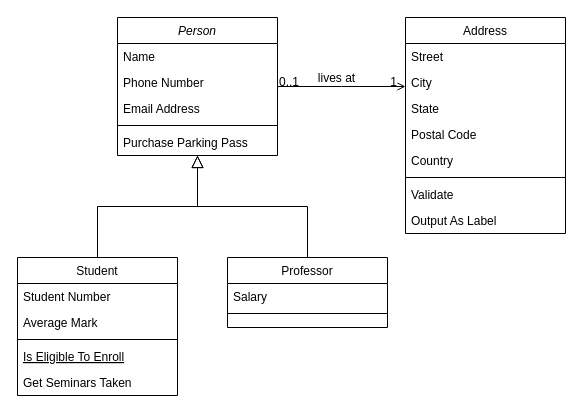
Augustuuuuu/Analise_Projeto_Sistema keeps this draw.io diagram as atividade.drawio. Above is the earlier version. Source tidied: cells renumbered, new cells numbered last; positions are measured from the earlier drawing's top-left corner, leaving out a move shared by most shapes. Both pictures are drawn from the tidied source at 100%, with x=0, y=0 at pixel (17, 17).
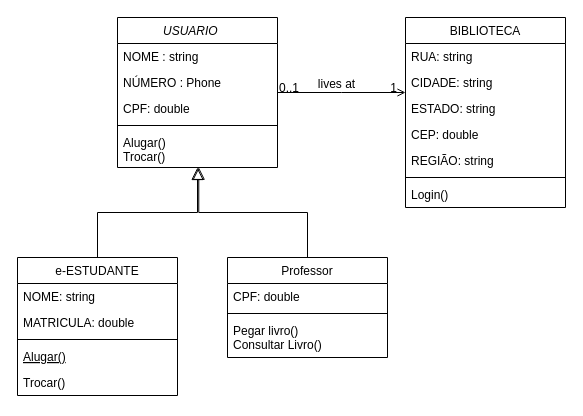
The same page after the edit.

Change to the diagram source:
```diff
@@
-    <mxCell id="2" value="Person" style="swimlane;fontStyle=2;align=center;verticalAlign=top;horizontal=1;startSize=26;rounded=0;shadow=0;strokeWidth=1;" parent="1" vertex="1">
-      <mxGeometry x="100" width="160" height="138" as="geometry" />
+    <mxCell id="2" value="USUARIO    " style="swimlane;fontStyle=2;align=center;verticalAlign=top;horizontal=1;startSize=26;rounded=0;shadow=0;strokeWidth=1;" parent="1" vertex="1">
+      <mxGeometry x="100" width="160" height="150" as="geometry" />
     </mxCell>
-    <mxCell id="3" value="Name" style="text;align=left;verticalAlign=top;spacingLeft=4;spacingRight=4;overflow=hidden;" parent="2" vertex="1">
+    <mxCell id="3" value="NOME : string   " style="text;align=left;verticalAlign=top;spacingLeft=4;spacingRight=4;overflow=hidden;" parent="2" vertex="1">
       <mxGeometry y="26" width="160" height="26" as="geometry" />
     </mxCell>
-    <mxCell id="4" value="Phone Number" style="text;align=left;verticalAlign=top;spacingLeft=4;spacingRight=4;overflow=hidden;rounded=0;shadow=0;html=0;" parent="2" vertex="1">
+    <mxCell id="4" value="NÚMERO : Phone" style="text;align=left;verticalAlign=top;spacingLeft=4;spacingRight=4;overflow=hidden;rounded=0;shadow=0;html=0;" parent="2" vertex="1">
       <mxGeometry y="52" width="160" height="26" as="geometry" />
     </mxCell>
-    <mxCell id="5" value="Email Address" style="text;align=left;verticalAlign=top;spacingLeft=4;spacingRight=4;overflow=hidden;rounded=0;shadow=0;html=0;" parent="2" vertex="1">
+    <mxCell id="5" value="CPF: double" style="text;align=left;verticalAlign=top;spacingLeft=4;spacingRight=4;overflow=hidden;rounded=0;shadow=0;html=0;" parent="2" vertex="1">
       <mxGeometry y="78" width="160" height="26" as="geometry" />
     </mxCell>
@@
-    <mxCell id="7" value="Purchase Parking Pass" style="text;align=left;verticalAlign=top;spacingLeft=4;spacingRight=4;overflow=hidden;points=[[0,0.5],[1,0.5]];portConstraint=eastwest;" parent="2" vertex="1">
-      <mxGeometry y="112" width="160" height="26" as="geometry" />
+    <mxCell id="7" value="Alugar()&#10;Trocar()" style="text;align=left;verticalAlign=top;spacingLeft=4;spacingRight=4;overflow=hidden;points=[[0,0.5],[1,0.5]];portConstraint=eastwest;" parent="2" vertex="1">
+      <mxGeometry y="112" width="160" height="38" as="geometry" />
     </mxCell>
-    <mxCell id="8" value="Student" style="swimlane;fontStyle=0;align=center;verticalAlign=top;horizontal=1;startSize=26;rounded=0;shadow=0;strokeWidth=1;" parent="1" vertex="1">
+    <mxCell id="8" value="e-ESTUDANTE" style="swimlane;fontStyle=0;align=center;verticalAlign=top;horizontal=1;startSize=26;rounded=0;shadow=0;strokeWidth=1;" parent="1" vertex="1">
       <mxGeometry y="240" width="160" height="138" as="geometry" />
     </mxCell>
-    <mxCell id="9" value="Student Number" style="text;align=left;verticalAlign=top;spacingLeft=4;spacingRight=4;overflow=hidden;" parent="8" vertex="1">
+    <mxCell id="9" value="NOME: string" style="text;align=left;verticalAlign=top;spacingLeft=4;spacingRight=4;overflow=hidden;" parent="8" vertex="1">
       <mxGeometry y="26" width="160" height="26" as="geometry" />
     </mxCell>
-    <mxCell id="10" value="Average Mark" style="text;align=left;verticalAlign=top;spacingLeft=4;spacingRight=4;overflow=hidden;rounded=0;shadow=0;html=0;" parent="8" vertex="1">
+    <mxCell id="10" value="MATRICULA: double" style="text;align=left;verticalAlign=top;spacingLeft=4;spacingRight=4;overflow=hidden;rounded=0;shadow=0;html=0;" parent="8" vertex="1">
       <mxGeometry y="52" width="160" height="26" as="geometry" />
     </mxCell>
@@
-    <mxCell id="12" value="Is Eligible To Enroll" style="text;align=left;verticalAlign=top;spacingLeft=4;spacingRight=4;overflow=hidden;fontStyle=4;" parent="8" vertex="1">
+    <mxCell id="12" value="Alugar()" style="text;align=left;verticalAlign=top;spacingLeft=4;spacingRight=4;overflow=hidden;fontStyle=4;" parent="8" vertex="1">
       <mxGeometry y="86" width="160" height="26" as="geometry" />
     </mxCell>
-    <mxCell id="13" value="Get Seminars Taken" style="text;align=left;verticalAlign=top;spacingLeft=4;spacingRight=4;overflow=hidden;" parent="8" vertex="1">
+    <mxCell id="13" value="Trocar()" style="text;align=left;verticalAlign=top;spacingLeft=4;spacingRight=4;overflow=hidden;" parent="8" vertex="1">
       <mxGeometry y="112" width="160" height="26" as="geometry" />
     </mxCell>
@@
     <mxCell id="15" value="Professor" style="swimlane;fontStyle=0;align=center;verticalAlign=top;horizontal=1;startSize=26;rounded=0;shadow=0;strokeWidth=1;" parent="1" vertex="1">
-      <mxGeometry x="210" y="240" width="160" height="70" as="geometry" />
+      <mxGeometry x="210" y="240" width="160" height="100" as="geometry" />
     </mxCell>
-    <mxCell id="16" value="Salary" style="text;align=left;verticalAlign=top;spacingLeft=4;spacingRight=4;overflow=hidden;" parent="15" vertex="1">
+    <mxCell id="16" value="CPF: double" style="text;align=left;verticalAlign=top;spacingLeft=4;spacingRight=4;overflow=hidden;" parent="15" vertex="1">
       <mxGeometry y="26" width="160" height="26" as="geometry" />
     </mxCell>
@@
+    <mxCell id="32" value="Pegar livro()&#10;Consultar Livro()" style="text;align=left;verticalAlign=top;spacingLeft=4;spacingRight=4;overflow=hidden;" parent="15" vertex="1">
+      <mxGeometry y="60" width="160" height="40" as="geometry" />
+    </mxCell>
-    <mxCell id="18" style="endArrow=block;endSize=10;endFill=0;shadow=0;strokeWidth=1;rounded=0;curved=0;edgeStyle=elbowEdgeStyle;elbow=vertical;" parent="1" edge="1" source="15" target="2">
+    <mxCell id="18" style="endArrow=block;endSize=10;endFill=0;shadow=0;strokeWidth=1;rounded=0;curved=0;edgeStyle=elbowEdgeStyle;elbow=vertical;entryX=0.508;entryY=0.995;entryDx=0;entryDy=0;entryPerimeter=0;" parent="1" edge="1" source="15" target="7">
       <mxGeometry relative="1" as="geometry" />
     </mxCell>
-    <mxCell id="19" value="Address" style="swimlane;fontStyle=0;align=center;verticalAlign=top;horizontal=1;startSize=26;rounded=0;shadow=0;strokeWidth=1;" parent="1" vertex="1">
-      <mxGeometry x="388" width="160" height="216" as="geometry" />
+    <mxCell id="19" value="BIBLIOTECA" style="swimlane;fontStyle=0;align=center;verticalAlign=top;horizontal=1;startSize=26;rounded=0;shadow=0;strokeWidth=1;" parent="1" vertex="1">
+      <mxGeometry x="388" width="160" height="190" as="geometry" />
     </mxCell>
-    <mxCell id="20" value="Street" style="text;align=left;verticalAlign=top;spacingLeft=4;spacingRight=4;overflow=hidden;" parent="19" vertex="1">
+    <mxCell id="20" value="RUA: string&#10;" style="text;align=left;verticalAlign=top;spacingLeft=4;spacingRight=4;overflow=hidden;" parent="19" vertex="1">
       <mxGeometry y="26" width="160" height="26" as="geometry" />
     </mxCell>
-    <mxCell id="21" value="City" style="text;align=left;verticalAlign=top;spacingLeft=4;spacingRight=4;overflow=hidden;rounded=0;shadow=0;html=0;" parent="19" vertex="1">
+    <mxCell id="21" value="CIDADE: string" style="text;align=left;verticalAlign=top;spacingLeft=4;spacingRight=4;overflow=hidden;rounded=0;shadow=0;html=0;" parent="19" vertex="1">
       <mxGeometry y="52" width="160" height="26" as="geometry" />
     </mxCell>
-    <mxCell id="22" value="State" style="text;align=left;verticalAlign=top;spacingLeft=4;spacingRight=4;overflow=hidden;rounded=0;shadow=0;html=0;" parent="19" vertex="1">
+    <mxCell id="22" value="ESTADO: string" style="text;align=left;verticalAlign=top;spacingLeft=4;spacingRight=4;overflow=hidden;rounded=0;shadow=0;html=0;" parent="19" vertex="1">
       <mxGeometry y="78" width="160" height="26" as="geometry" />
     </mxCell>
-    <mxCell id="23" value="Postal Code" style="text;align=left;verticalAlign=top;spacingLeft=4;spacingRight=4;overflow=hidden;rounded=0;shadow=0;html=0;" parent="19" vertex="1">
+    <mxCell id="23" value="CEP: double" style="text;align=left;verticalAlign=top;spacingLeft=4;spacingRight=4;overflow=hidden;rounded=0;shadow=0;html=0;" parent="19" vertex="1">
       <mxGeometry y="104" width="160" height="26" as="geometry" />
     </mxCell>
-    <mxCell id="24" value="Country" style="text;align=left;verticalAlign=top;spacingLeft=4;spacingRight=4;overflow=hidden;rounded=0;shadow=0;html=0;" parent="19" vertex="1">
+    <mxCell id="24" value="REGIÃO: string" style="text;align=left;verticalAlign=top;spacingLeft=4;spacingRight=4;overflow=hidden;rounded=0;shadow=0;html=0;" parent="19" vertex="1">
       <mxGeometry y="130" width="160" height="26" as="geometry" />
     </mxCell>
@@
-    <mxCell id="26" value="Validate" style="text;align=left;verticalAlign=top;spacingLeft=4;spacingRight=4;overflow=hidden;" parent="19" vertex="1">
+    <mxCell id="26" value="Login()" style="text;align=left;verticalAlign=top;spacingLeft=4;spacingRight=4;overflow=hidden;" parent="19" vertex="1">
       <mxGeometry y="164" width="160" height="26" as="geometry" />
     </mxCell>
-    <mxCell id="27" value="Output As Label" style="text;align=left;verticalAlign=top;spacingLeft=4;spacingRight=4;overflow=hidden;" parent="19" vertex="1">
-      <mxGeometry y="190" width="160" height="26" as="geometry" />
-    </mxCell>
```
